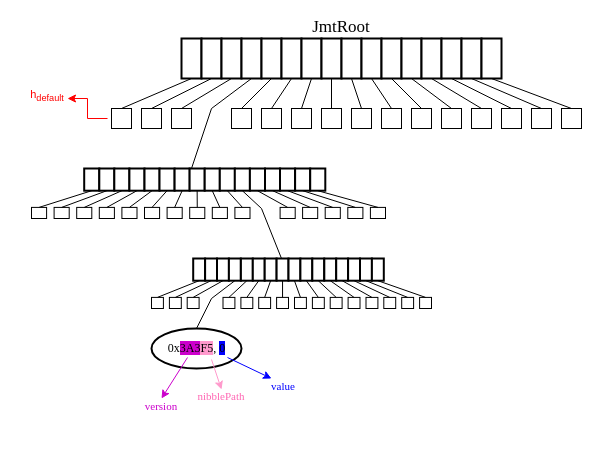
The draw.io diagram JMT.drawio in pietro-celati/Jellyfish-Merkle-Tree, before the edit. Source tidied: cells renumbered, new cells numbered last; positions are measured from the earlier drawing's top-left corner, leaving out a move shared by most shapes. Both pictures are drawn from the tidied source at 100%, with x=0, y=0 at pixel (17, 17).
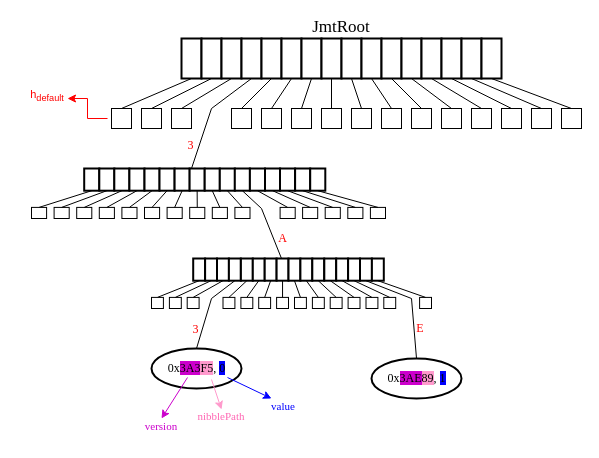
After the change.

Unchanged cells that the change refers to:
```xml
<mxCell id="103" style="group;" parent="1" vertex="1">
  <mxGeometry x="134" y="241" width="280" height="50" as="geometry" />
</mxCell>
<mxCell id="119" style="rounded=0;whiteSpace=wrap;html=1;strokeWidth=2;" parent="104" vertex="1">
  <mxGeometry x="166.8" width="11.9" height="22.2" as="geometry" />
</mxCell>
```

The edit, as a diff of the source:
```diff
@@
-    <mxCell id="148" style="rounded=0;whiteSpace=wrap;html=1;" parent="103" vertex="1">
-      <mxGeometry x="250.2" y="38.9" width="11.9" height="11.1" as="geometry" />
-    </mxCell>
-    <mxCell id="149" style="endArrow=none;html=1;rounded=0;entryX=0.5;entryY=1;entryDx=0;entryDy=0;exitX=0.5;exitY=0;exitDx=0;exitDy=0;" parent="103" edge="1" source="148" target="119">
-      <mxGeometry relative="1" as="geometry" />
-    </mxCell>
@@
     <mxCell id="152" style="group;" parent="1" vertex="1">
-      <mxGeometry x="134" y="311" width="90" height="40" as="geometry" />
+      <mxGeometry x="134" y="311" width="162" height="113" as="geometry" />
     </mxCell>
+    <mxCell id="161" value="&lt;font style=&quot;color: rgb(255, 0, 0);&quot; face=&quot;Times New Roman&quot;&gt;3&lt;/font&gt;" style="text;html=1;align=center;verticalAlign=middle;whiteSpace=wrap;rounded=0;" parent="152" vertex="1">
+      <mxGeometry x="32.5" y="-11" width="23" height="24" as="geometry" />
+    </mxCell>
+    <mxCell id="162" style="group;" parent="152" vertex="1">
+      <mxGeometry x="-20" y="20" width="182" height="93" as="geometry" />
+    </mxCell>
-    <mxCell id="153" style="ellipse;whiteSpace=wrap;html=1;strokeWidth=2;" parent="152" vertex="1">
-      <mxGeometry width="90" height="40" as="geometry" />
+    <mxCell id="153" style="ellipse;whiteSpace=wrap;html=1;strokeWidth=2;" parent="162" vertex="1">
+      <mxGeometry x="20" width="90" height="40" as="geometry" />
     </mxCell>
-    <mxCell id="154" value="&lt;font face=&quot;Times New Roman&quot;&gt;0x&lt;span style=&quot;background-color: rgb(204, 0, 204);&quot;&gt;3A3&lt;/span&gt;&lt;span style=&quot;background-color: rgb(255, 153, 204);&quot;&gt;F5&lt;/span&gt;, &lt;span style=&quot;background-color: rgb(0, 0, 255);&quot;&gt;0&lt;/span&gt;&lt;/font&gt;" style="text;html=1;align=center;verticalAlign=middle;whiteSpace=wrap;rounded=0;" parent="152" vertex="1">
-      <mxGeometry x="7.5" y="5" width="75" height="30" as="geometry" />
+    <mxCell id="154" value="&lt;font face=&quot;Times New Roman&quot;&gt;0x&lt;span style=&quot;background-color: rgb(204, 0, 204);&quot;&gt;3A3&lt;/span&gt;&lt;span style=&quot;background-color: rgb(255, 153, 204);&quot;&gt;F5&lt;/span&gt;, &lt;span style=&quot;background-color: rgb(0, 0, 255);&quot;&gt;0&lt;/span&gt;&lt;/font&gt;" style="text;html=1;align=center;verticalAlign=middle;whiteSpace=wrap;rounded=0;" parent="162" vertex="1">
+      <mxGeometry x="27.5" y="5" width="75" height="30" as="geometry" />
     </mxCell>
-    <mxCell id="155" style="endArrow=classic;html=1;rounded=0;strokeColor=#CC00CC;" parent="1" edge="1">
+    <mxCell id="155" style="endArrow=classic;html=1;rounded=0;strokeColor=#CC00CC;" parent="162" edge="1">
       <mxGeometry relative="1" as="geometry">
-        <mxPoint x="170" y="340" as="sourcePoint" />
-        <mxPoint x="144" y="381" as="targetPoint" />
+        <mxPoint x="56" y="29" as="sourcePoint" />
+        <mxPoint x="30" y="70" as="targetPoint" />
       </mxGeometry>
     </mxCell>
-    <mxCell id="156" value="version" style="text;html=1;align=center;verticalAlign=middle;whiteSpace=wrap;rounded=0;fontColor=#CC00CC;fontSize=11;fontFamily=Times New Roman;" parent="1" vertex="1">
-      <mxGeometry x="114" y="374" width="60" height="30" as="geometry" />
+    <mxCell id="156" value="version" style="text;html=1;align=center;verticalAlign=middle;whiteSpace=wrap;rounded=0;fontColor=#CC00CC;fontSize=11;fontFamily=Times New Roman;" parent="162" vertex="1">
+      <mxGeometry y="63" width="60" height="30" as="geometry" />
     </mxCell>
-    <mxCell id="157" style="endArrow=classic;html=1;rounded=0;strokeColor=#FF99CC;" parent="1" edge="1">
+    <mxCell id="157" style="endArrow=classic;html=1;rounded=0;strokeColor=#FF99CC;" parent="162" edge="1">
       <mxGeometry relative="1" as="geometry">
-        <mxPoint x="194" y="342" as="sourcePoint" />
-        <mxPoint x="204" y="372" as="targetPoint" />
+        <mxPoint x="80" y="31" as="sourcePoint" />
+        <mxPoint x="90" y="61" as="targetPoint" />
       </mxGeometry>
     </mxCell>
-    <mxCell id="158" value="&lt;font style=&quot;&quot;&gt;nibblePath&lt;/font&gt;" style="text;html=1;align=center;verticalAlign=middle;whiteSpace=wrap;rounded=0;fontColor=#FF66B3;fontSize=11;fontFamily=Times New Roman;labelBackgroundColor=default;" parent="1" vertex="1">
-      <mxGeometry x="174" y="364" width="60" height="30" as="geometry" />
+    <mxCell id="158" value="&lt;font style=&quot;&quot;&gt;nibblePath&lt;/font&gt;" style="text;html=1;align=center;verticalAlign=middle;whiteSpace=wrap;rounded=0;fontColor=#FF66B3;fontSize=11;fontFamily=Times New Roman;labelBackgroundColor=default;" parent="162" vertex="1">
+      <mxGeometry x="60" y="53" width="60" height="30" as="geometry" />
     </mxCell>
-    <mxCell id="159" style="endArrow=classic;html=1;rounded=0;strokeColor=#0000FF;" parent="1" edge="1">
+    <mxCell id="159" style="endArrow=classic;html=1;rounded=0;strokeColor=#0000FF;" parent="162" edge="1">
       <mxGeometry relative="1" as="geometry">
-        <mxPoint x="210" y="340" as="sourcePoint" />
-        <mxPoint x="254" y="361" as="targetPoint" />
+        <mxPoint x="96" y="29" as="sourcePoint" />
+        <mxPoint x="140" y="50" as="targetPoint" />
       </mxGeometry>
     </mxCell>
-    <mxCell id="160" value="&lt;font style=&quot;&quot;&gt;value&lt;/font&gt;" style="text;html=1;align=center;verticalAlign=middle;whiteSpace=wrap;rounded=0;fontColor=#0000FF;fontSize=11;fontFamily=Times New Roman;labelBackgroundColor=default;" parent="1" vertex="1">
-      <mxGeometry x="236" y="354" width="60" height="30" as="geometry" />
+    <mxCell id="160" value="&lt;font style=&quot;&quot;&gt;value&lt;/font&gt;" style="text;html=1;align=center;verticalAlign=middle;whiteSpace=wrap;rounded=0;fontColor=#0000FF;fontSize=11;fontFamily=Times New Roman;labelBackgroundColor=default;" parent="162" vertex="1">
+      <mxGeometry x="122" y="43" width="60" height="30" as="geometry" />
     </mxCell>
+    <mxCell id="163" value="&lt;font style=&quot;color: rgb(255, 0, 0);&quot; face=&quot;Times New Roman&quot;&gt;3&lt;/font&gt;" style="text;html=1;align=center;verticalAlign=middle;whiteSpace=wrap;rounded=0;" parent="1" vertex="1">
+      <mxGeometry x="162" y="116" width="23" height="24" as="geometry" />
+    </mxCell>
+    <mxCell id="164" value="&lt;font style=&quot;color: rgb(255, 0, 0);&quot; face=&quot;Times New Roman&quot;&gt;A&lt;/font&gt;" style="text;html=1;align=center;verticalAlign=middle;whiteSpace=wrap;rounded=0;" parent="1" vertex="1">
+      <mxGeometry x="253.5" y="209" width="23" height="24" as="geometry" />
+    </mxCell>
+    <mxCell id="165" value="&lt;font style=&quot;color: rgb(255, 0, 0);&quot; face=&quot;Times New Roman&quot;&gt;E&lt;/font&gt;" style="text;html=1;align=center;verticalAlign=middle;whiteSpace=wrap;rounded=0;" parent="1" vertex="1">
+      <mxGeometry x="390" y="299" width="25.5" height="23" as="geometry" />
+    </mxCell>
+    <mxCell id="149" style="endArrow=none;html=1;rounded=0;entryX=0.5;entryY=1;entryDx=0;entryDy=0;exitX=0.5;exitY=0;exitDx=0;exitDy=0;" parent="1" edge="1" source="166" target="119">
+      <mxGeometry relative="1" as="geometry">
+        <Array as="points">
+          <mxPoint x="394" y="281" />
+        </Array>
+      </mxGeometry>
+    </mxCell>
+    <mxCell id="166" style="ellipse;whiteSpace=wrap;html=1;strokeWidth=2;" parent="1" vertex="1">
+      <mxGeometry x="354" y="341" width="90" height="40" as="geometry" />
+    </mxCell>
+    <mxCell id="167" value="&lt;font face=&quot;Times New Roman&quot;&gt;0x&lt;span style=&quot;background-color: rgb(204, 0, 204);&quot;&gt;3AE&lt;/span&gt;&lt;span style=&quot;background-color: rgb(255, 153, 204);&quot;&gt;89&lt;/span&gt;, &lt;span style=&quot;background-color: rgb(0, 0, 255);&quot;&gt;1&lt;/span&gt;&lt;/font&gt;" style="text;html=1;align=center;verticalAlign=middle;whiteSpace=wrap;rounded=0;" parent="1" vertex="1">
+      <mxGeometry x="361.5" y="346" width="75" height="30" as="geometry" />
+    </mxCell>
```
